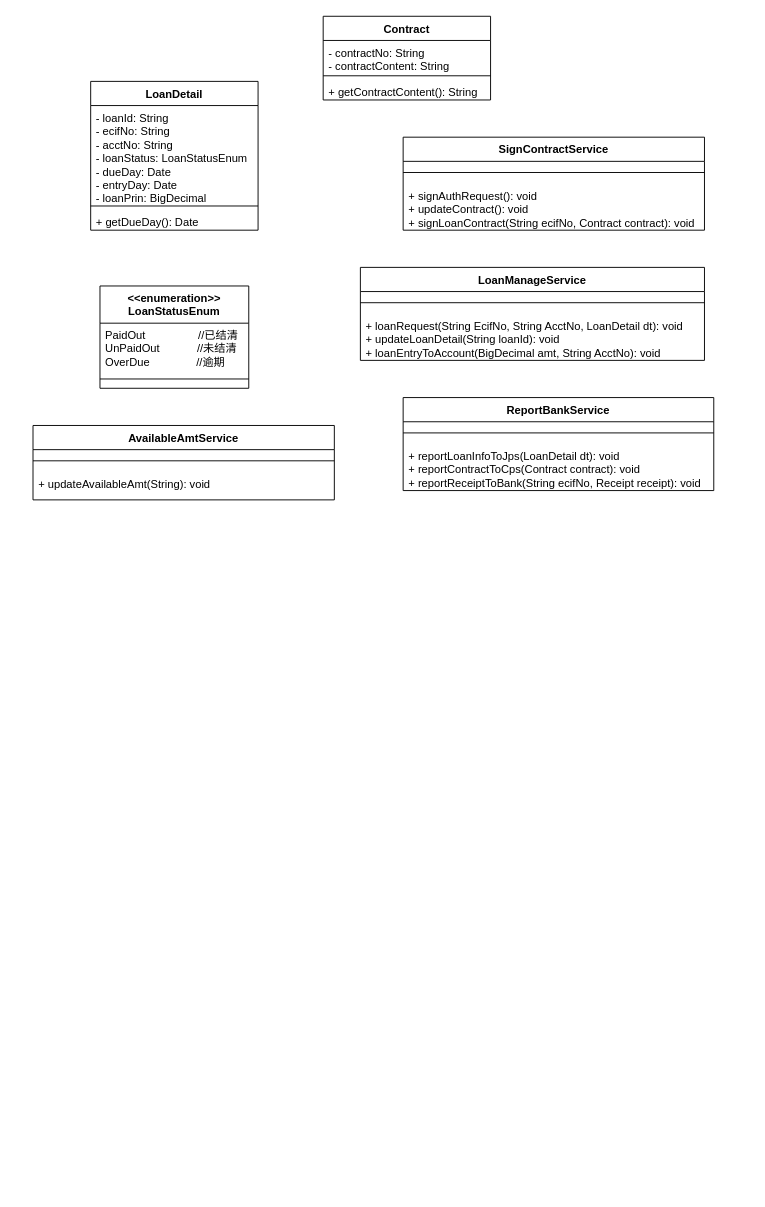
Above: 放款类图.drawio in wuxiao-web/graduationThesis (draw.io), before the change. Source tidied: cells renumbered, new cells numbered last; positions are measured from the earlier drawing's top-left corner, leaving out a move shared by most shapes. Both pictures are drawn from the tidied source at 93%, with x=0, y=0 at pixel (33, 16).
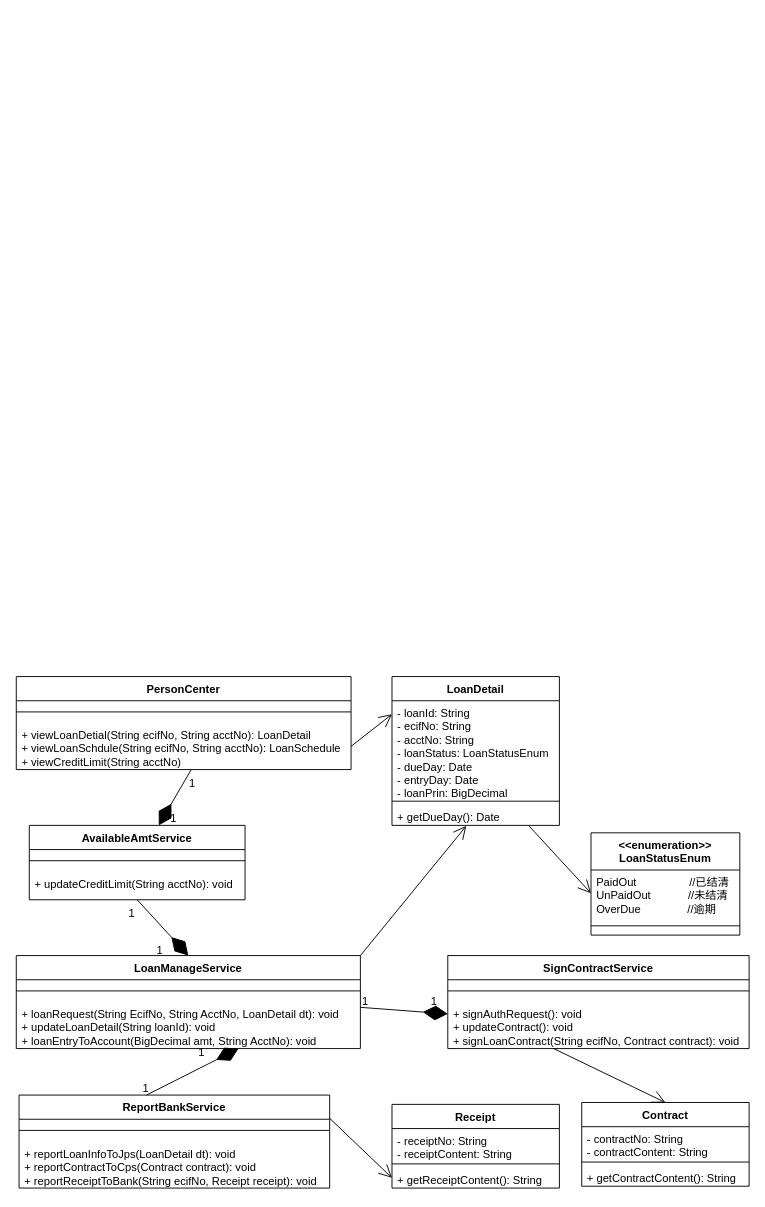
The same page after the edit.

Commit message:
更新放款类图.drawio

Unchanged cells that the change refers to:
```xml
<mxCell id="4" value="+ signAuthRequest(): void&lt;br&gt;+ updateContract(): void&lt;br&gt;+ signLoanContract(String ecifNo, Contract contract): void" style="text;strokeColor=none;fillColor=none;align=left;verticalAlign=top;spacingLeft=4;spacingRight=4;overflow=hidden;points=[[0,0.5],[1,0.5]];portConstraint=eastwest;whiteSpace=wrap;html=1;" parent="2" vertex="1">
  <mxGeometry y="50" width="324" height="50" as="geometry" />
</mxCell>
<mxCell id="12" value="+ getDueDay(): Date" style="text;strokeColor=none;fillColor=none;align=left;verticalAlign=top;spacingLeft=4;spacingRight=4;overflow=hidden;points=[[0,0.5],[1,0.5]];portConstraint=eastwest;whiteSpace=wrap;html=1;" parent="9" vertex="1">
  <mxGeometry y="138" width="180" height="22" as="geometry" />
</mxCell>
<mxCell id="14" value="PaidOut&amp;nbsp; &amp;nbsp; &amp;nbsp; &amp;nbsp; &amp;nbsp; &amp;nbsp; &amp;nbsp; &amp;nbsp; &amp;nbsp;//已结清&lt;br&gt;UnPaidOut&amp;nbsp; &amp;nbsp; &amp;nbsp; &amp;nbsp; &amp;nbsp; &amp;nbsp; //未结清&lt;br&gt;OverDue&amp;nbsp; &amp;nbsp; &amp;nbsp; &amp;nbsp; &amp;nbsp; &amp;nbsp; &amp;nbsp; &amp;nbsp;//逾期" style="text;strokeColor=none;fillColor=none;align=left;verticalAlign=top;spacingLeft=4;spacingRight=4;overflow=hidden;points=[[0,0.5],[1,0.5]];portConstraint=eastwest;whiteSpace=wrap;html=1;" parent="13" vertex="1">
  <mxGeometry y="40" width="160" height="50" as="geometry" />
</mxCell>
```

Diff of the diagram source:
```diff
@@
     <mxCell id="2" value="SignContractService" style="swimlane;fontStyle=1;align=center;verticalAlign=top;horizontal=1;startSize=26;whiteSpace=wrap;html=1;" parent="1" vertex="1">
-      <mxGeometry x="398" y="130" width="324" height="100" as="geometry" />
+      <mxGeometry x="446" y="1010" width="324" height="100" as="geometry" />
     </mxCell>
@@
     <mxCell id="5" value="Contract" style="swimlane;fontStyle=1;align=center;verticalAlign=top;horizontal=1;startSize=26;whiteSpace=wrap;html=1;" parent="1" vertex="1">
-      <mxGeometry x="312" width="180" height="90" as="geometry" />
+      <mxGeometry x="590" y="1168" width="180" height="90" as="geometry" />
     </mxCell>
@@
     <mxCell id="9" value="LoanDetail" style="swimlane;fontStyle=1;align=center;verticalAlign=top;horizontal=1;startSize=26;whiteSpace=wrap;html=1;" parent="1" vertex="1">
-      <mxGeometry x="62" y="70" width="180" height="160" as="geometry" />
+      <mxGeometry x="386" y="710" width="180" height="160" as="geometry" />
     </mxCell>
@@
     <mxCell id="13" value="&lt;b style=&quot;border-color: var(--border-color);&quot;&gt;&amp;lt;&amp;lt;enumeration&amp;gt;&amp;gt;&lt;br style=&quot;border-color: var(--border-color);&quot;&gt;LoanStatusEnum&lt;br&gt;&lt;/b&gt;" style="swimlane;fontStyle=1;align=center;verticalAlign=top;horizontal=1;startSize=40;whiteSpace=wrap;html=1;" parent="1" vertex="1">
-      <mxGeometry x="72" y="290" width="160" height="110" as="geometry" />
+      <mxGeometry x="600" y="878" width="160" height="110" as="geometry" />
     </mxCell>
@@
-    <mxCell id="16" value="LoanManageService" style="swimlane;fontStyle=1;align=center;verticalAlign=top;horizontal=1;startSize=26;whiteSpace=wrap;html=1;" parent="1" vertex="1">
-      <mxGeometry x="352" y="270" width="370" height="100" as="geometry" />
-    </mxCell>
-    <mxCell id="17" style="line;strokeWidth=1;fillColor=none;align=left;verticalAlign=middle;spacingTop=-1;spacingLeft=3;spacingRight=3;labelPosition=right;strokeColor=inherit;" parent="16" vertex="1">
-      <mxGeometry y="26" width="370" height="24" as="geometry" />
-    </mxCell>
-    <mxCell id="18" value="+ loanRequest(String EcifNo, String AcctNo, LoanDetail dt): void&lt;br&gt;+ updateLoanDetail(String loanId): void&lt;br&gt;+ loanEntryToAccount(BigDecimal amt, String AcctNo): void" style="text;strokeColor=none;fillColor=none;align=left;verticalAlign=top;spacingLeft=4;spacingRight=4;overflow=hidden;points=[[0,0.5],[1,0.5]];portConstraint=eastwest;whiteSpace=wrap;html=1;" parent="16" vertex="1">
-      <mxGeometry y="50" width="370" height="50" as="geometry" />
-    </mxCell>
     <mxCell id="19" value="ReportBankService" style="swimlane;fontStyle=1;align=center;verticalAlign=top;horizontal=1;startSize=26;whiteSpace=wrap;html=1;" parent="1" vertex="1">
-      <mxGeometry x="398" y="410" width="334" height="100" as="geometry" />
+      <mxGeometry x="-15" y="1160" width="334" height="100" as="geometry" />
     </mxCell>
@@
     <mxCell id="22" value="AvailableAmtService" style="swimlane;fontStyle=1;align=center;verticalAlign=top;horizontal=1;startSize=26;whiteSpace=wrap;html=1;" parent="1" vertex="1">
-      <mxGeometry y="440" width="324" height="80" as="geometry" />
+      <mxGeometry x="-4" y="870" width="232" height="80" as="geometry" />
     </mxCell>
     <mxCell id="23" style="line;strokeWidth=1;fillColor=none;align=left;verticalAlign=middle;spacingTop=-1;spacingLeft=3;spacingRight=3;labelPosition=right;strokeColor=inherit;" parent="22" vertex="1">
-      <mxGeometry y="26" width="324" height="24" as="geometry" />
+      <mxGeometry y="26" width="232" height="24" as="geometry" />
     </mxCell>
-    <mxCell id="24" value="+ updateAvailableAmt(String): void" style="text;strokeColor=none;fillColor=none;align=left;verticalAlign=top;spacingLeft=4;spacingRight=4;overflow=hidden;points=[[0,0.5],[1,0.5]];portConstraint=eastwest;whiteSpace=wrap;html=1;" parent="22" vertex="1">
-      <mxGeometry y="50" width="324" height="30" as="geometry" />
+    <mxCell id="24" value="+ updateCreditLimit(String acctNo): void" style="text;strokeColor=none;fillColor=none;align=left;verticalAlign=top;spacingLeft=4;spacingRight=4;overflow=hidden;points=[[0,0.5],[1,0.5]];portConstraint=eastwest;whiteSpace=wrap;html=1;" parent="22" vertex="1">
+      <mxGeometry y="50" width="232" height="30" as="geometry" />
     </mxCell>
+    <mxCell id="25" value="Receipt" style="swimlane;fontStyle=1;align=center;verticalAlign=top;horizontal=1;startSize=26;whiteSpace=wrap;html=1;" parent="1" vertex="1">
+      <mxGeometry x="386" y="1170" width="180" height="90" as="geometry" />
+    </mxCell>
+    <mxCell id="26" value="- receiptNo: String&lt;br&gt;- receiptContent: String" style="text;strokeColor=none;fillColor=none;align=left;verticalAlign=top;spacingLeft=4;spacingRight=4;overflow=hidden;whiteSpace=wrap;html=1;" parent="25" vertex="1">
+      <mxGeometry y="26" width="180" height="34" as="geometry" />
+    </mxCell>
+    <mxCell id="27" style="line;strokeWidth=1;fillColor=none;align=left;verticalAlign=middle;spacingTop=-1;spacingLeft=3;spacingRight=3;labelPosition=right;strokeColor=inherit;" parent="25" vertex="1">
+      <mxGeometry y="60" width="180" height="8" as="geometry" />
+    </mxCell>
+    <mxCell id="28" value="+ getReceiptContent(): String" style="text;strokeColor=none;fillColor=none;align=left;verticalAlign=top;spacingLeft=4;spacingRight=4;overflow=hidden;points=[[0,0.5],[1,0.5]];portConstraint=eastwest;whiteSpace=wrap;html=1;" parent="25" vertex="1">
+      <mxGeometry y="68" width="180" height="22" as="geometry" />
+    </mxCell>
+    <mxCell id="29" value="PersonCenter" style="swimlane;fontStyle=1;align=center;verticalAlign=top;horizontal=1;startSize=26;whiteSpace=wrap;html=1;" parent="1" vertex="1">
+      <mxGeometry x="-18" y="710" width="360" height="100" as="geometry" />
+    </mxCell>
+    <mxCell id="30" style="line;strokeWidth=1;fillColor=none;align=left;verticalAlign=middle;spacingTop=-1;spacingLeft=3;spacingRight=3;labelPosition=right;strokeColor=inherit;" parent="29" vertex="1">
+      <mxGeometry y="26" width="360" height="24" as="geometry" />
+    </mxCell>
+    <mxCell id="31" value="+ viewLoanDetial(String ecifNo, String acctNo): LoanDetail&lt;br&gt;+ viewLoanSchdule(String ecifNo, String acctNo): LoanSchedule&lt;br&gt;+ viewCreditLimit(String acctNo)" style="text;strokeColor=none;fillColor=none;align=left;verticalAlign=top;spacingLeft=4;spacingRight=4;overflow=hidden;points=[[0,0.5],[1,0.5]];portConstraint=eastwest;whiteSpace=wrap;html=1;" parent="29" vertex="1">
+      <mxGeometry y="50" width="360" height="50" as="geometry" />
+    </mxCell>
+    <mxCell id="32" style="endArrow=open;endFill=1;endSize=12;html=1;rounded=0;exitX=1;exitY=0.5;exitDx=0;exitDy=0;entryX=1;entryY=0.5;entryDx=0;entryDy=0;" parent="1" edge="1" source="31">
+      <mxGeometry relative="1" as="geometry">
+        <mxPoint x="386" y="750.5" as="targetPoint" />
+      </mxGeometry>
+    </mxCell>
+    <mxCell id="33" style="endArrow=diamondThin;endFill=1;endSize=24;html=1;rounded=0;exitX=0.522;exitY=1.007;exitDx=0;exitDy=0;exitPerimeter=0;" parent="1" edge="1" source="31" target="22">
+      <mxGeometry relative="1" as="geometry" />
+    </mxCell>
+    <mxCell id="34" value="1" style="text;html=1;align=center;verticalAlign=middle;strokeColor=none;fillColor=none;" parent="1" vertex="1">
+      <mxGeometry x="156" y="810" width="30" height="30" as="geometry" />
+    </mxCell>
+    <mxCell id="35" value="1" style="text;html=1;align=center;verticalAlign=middle;strokeColor=none;fillColor=none;" parent="1" vertex="1">
+      <mxGeometry x="136" y="848" width="30" height="30" as="geometry" />
+    </mxCell>
+    <mxCell id="16" value="LoanManageService" style="swimlane;fontStyle=1;align=center;verticalAlign=top;horizontal=1;startSize=26;whiteSpace=wrap;html=1;" parent="1" vertex="1">
+      <mxGeometry x="-18" y="1010" width="370" height="100" as="geometry" />
+    </mxCell>
+    <mxCell id="17" style="line;strokeWidth=1;fillColor=none;align=left;verticalAlign=middle;spacingTop=-1;spacingLeft=3;spacingRight=3;labelPosition=right;strokeColor=inherit;" parent="16" vertex="1">
+      <mxGeometry y="26" width="370" height="24" as="geometry" />
+    </mxCell>
+    <mxCell id="18" value="+ loanRequest(String EcifNo, String AcctNo, LoanDetail dt): void&lt;br&gt;+ updateLoanDetail(String loanId): void&lt;br&gt;+ loanEntryToAccount(BigDecimal amt, String AcctNo): void" style="text;strokeColor=none;fillColor=none;align=left;verticalAlign=top;spacingLeft=4;spacingRight=4;overflow=hidden;points=[[0,0.5],[1,0.5]];portConstraint=eastwest;whiteSpace=wrap;html=1;" parent="16" vertex="1">
+      <mxGeometry y="50" width="370" height="50" as="geometry" />
+    </mxCell>
+    <mxCell id="36" style="endArrow=diamondThin;endFill=1;endSize=24;html=1;rounded=0;exitX=0.5;exitY=1;exitDx=0;exitDy=0;exitPerimeter=0;entryX=0.5;entryY=0;entryDx=0;entryDy=0;" parent="1" edge="1" source="24" target="16">
+      <mxGeometry relative="1" as="geometry" />
+    </mxCell>
+    <mxCell id="37" value="1" style="text;html=1;align=center;verticalAlign=middle;strokeColor=none;fillColor=none;" parent="1" vertex="1">
+      <mxGeometry x="91" y="950" width="30" height="30" as="geometry" />
+    </mxCell>
+    <mxCell id="38" value="1" style="text;html=1;align=center;verticalAlign=middle;strokeColor=none;fillColor=none;" parent="1" vertex="1">
+      <mxGeometry x="121" y="990" width="30" height="30" as="geometry" />
+    </mxCell>
+    <mxCell id="39" style="endArrow=open;endFill=1;endSize=12;html=1;rounded=0;exitX=1;exitY=0;exitDx=0;exitDy=0;entryX=0.444;entryY=1.024;entryDx=0;entryDy=0;entryPerimeter=0;" parent="1" edge="1" source="16" target="12">
+      <mxGeometry relative="1" as="geometry" />
+    </mxCell>
+    <mxCell id="40" style="endArrow=diamondThin;endFill=1;endSize=24;html=1;rounded=0;exitX=1;exitY=0.113;exitDx=0;exitDy=0;exitPerimeter=0;" parent="1" edge="1" source="18" target="4">
+      <mxGeometry relative="1" as="geometry" />
+    </mxCell>
+    <mxCell id="41" value="1" style="text;html=1;align=center;verticalAlign=middle;strokeColor=none;fillColor=none;" parent="1" vertex="1">
+      <mxGeometry x="342" y="1045" width="30" height="30" as="geometry" />
+    </mxCell>
+    <mxCell id="42" value="1" style="text;html=1;align=center;verticalAlign=middle;strokeColor=none;fillColor=none;" parent="1" vertex="1">
+      <mxGeometry x="416" y="1045" width="30" height="30" as="geometry" />
+    </mxCell>
+    <mxCell id="43" style="endArrow=open;endFill=1;endSize=12;html=1;rounded=0;exitX=0.35;exitY=0.996;exitDx=0;exitDy=0;entryX=0.5;entryY=0;entryDx=0;entryDy=0;exitPerimeter=0;" parent="1" edge="1" source="4" target="5">
+      <mxGeometry relative="1" as="geometry" />
+    </mxCell>
+    <mxCell id="44" style="endArrow=diamondThin;endFill=1;endSize=24;html=1;rounded=0;" parent="1" edge="1">
+      <mxGeometry relative="1" as="geometry">
+        <mxPoint x="122" y="1160" as="sourcePoint" />
+        <mxPoint x="221" y="1110" as="targetPoint" />
+      </mxGeometry>
+    </mxCell>
+    <mxCell id="45" value="1" style="text;html=1;align=center;verticalAlign=middle;strokeColor=none;fillColor=none;" parent="1" vertex="1">
+      <mxGeometry x="106" y="1138" width="30" height="30" as="geometry" />
+    </mxCell>
+    <mxCell id="46" value="1" style="text;html=1;align=center;verticalAlign=middle;strokeColor=none;fillColor=none;" parent="1" vertex="1">
+      <mxGeometry x="166" y="1100" width="30" height="30" as="geometry" />
+    </mxCell>
+    <mxCell id="47" style="endArrow=open;endFill=1;endSize=12;html=1;rounded=0;entryX=0;entryY=0.5;entryDx=0;entryDy=0;exitX=1;exitY=0.25;exitDx=0;exitDy=0;" parent="1" edge="1" source="19" target="28">
+      <mxGeometry relative="1" as="geometry" />
+    </mxCell>
+    <mxCell id="48" style="endArrow=open;endFill=1;endSize=12;html=1;rounded=0;exitX=0.819;exitY=1.033;exitDx=0;exitDy=0;entryX=0;entryY=0.5;entryDx=0;entryDy=0;exitPerimeter=0;" parent="1" edge="1" source="12" target="14">
+      <mxGeometry relative="1" as="geometry" />
+    </mxCell>
```
